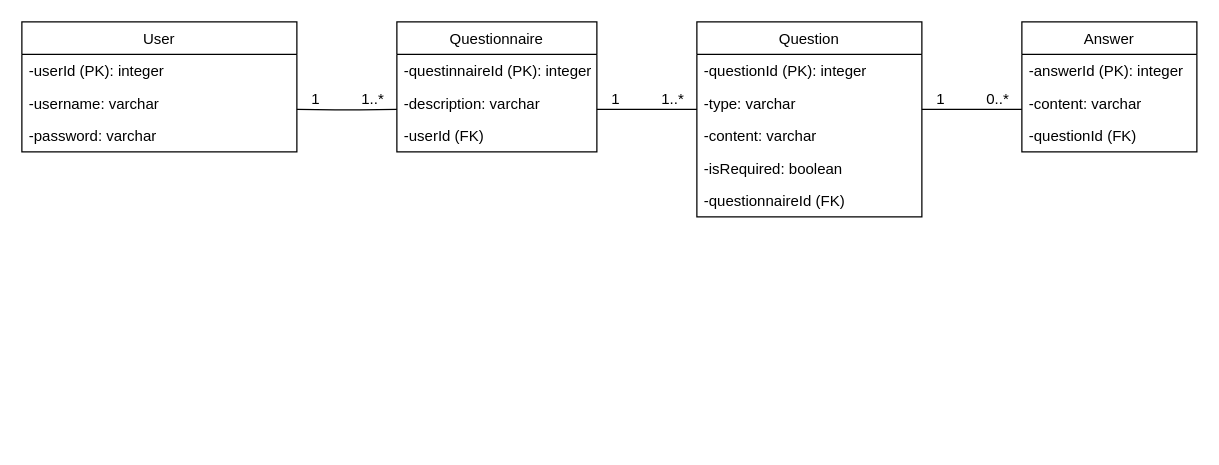
This is Kaaviot/Sprint1_tietokantakaavio.drawio from Team-Tiikeri/kysely-backend, a draw.io file, before an edit. Source tidied: cells renumbered, new cells numbered last; positions are measured from the earlier drawing's top-left corner, leaving out a move shared by most shapes. Both pictures are drawn from the tidied source at 125%, with x=0, y=0 at pixel (21, 21).
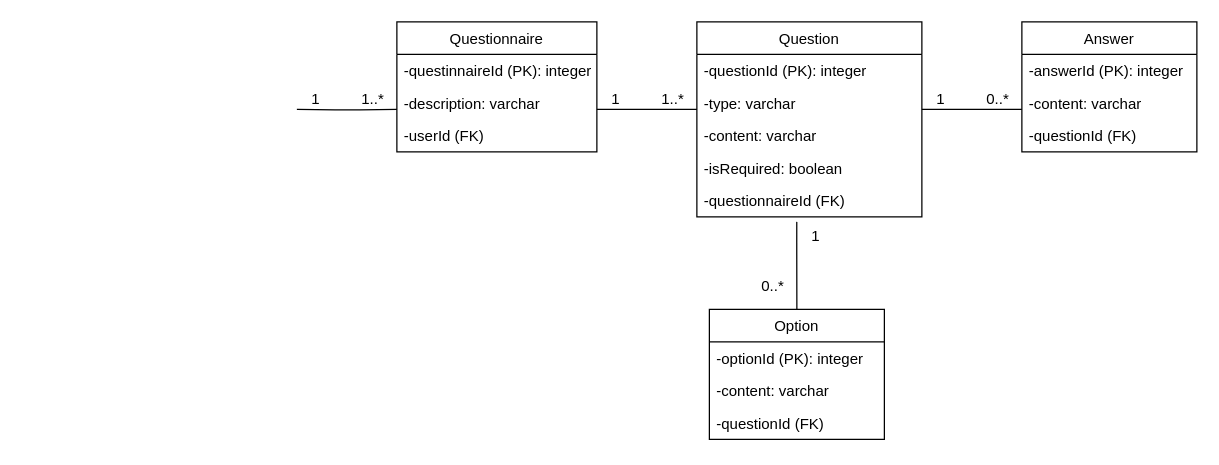
The same page after the edit.

The change refers to these unchanged cells:
```xml
<mxCell id="15" value="-questionnaireId (FK)" style="text;strokeColor=none;fillColor=none;align=left;verticalAlign=top;spacingLeft=4;spacingRight=4;overflow=hidden;points=[[0,0.5],[1,0.5]];portConstraint=eastwest;" parent="10" vertex="1">
  <mxGeometry y="130" width="180" height="26" as="geometry" />
</mxCell>
```

Diff of the diagram source:
```diff
@@
-    <mxCell id="6" value="User" style="swimlane;fontStyle=0;horizontal=1;startSize=26;fillColor=none;" parent="1" vertex="1">
-      <mxGeometry width="220" height="104" as="geometry" />
-    </mxCell>
-    <mxCell id="7" value="-userId (PK): integer" style="text;strokeColor=none;fillColor=none;align=left;verticalAlign=top;spacingLeft=4;spacingRight=4;overflow=hidden;" parent="6" vertex="1">
-      <mxGeometry y="26" width="220" height="26" as="geometry" />
-    </mxCell>
-    <mxCell id="8" value="-username: varchar" style="text;strokeColor=none;fillColor=none;align=left;verticalAlign=top;spacingLeft=4;spacingRight=4;overflow=hidden;" parent="6" vertex="1">
-      <mxGeometry y="52" width="220" height="26" as="geometry" />
-    </mxCell>
-    <mxCell id="9" value="-password: varchar" style="text;strokeColor=none;fillColor=none;align=left;verticalAlign=top;spacingLeft=4;spacingRight=4;overflow=hidden;" parent="6" vertex="1">
-      <mxGeometry y="78" width="220" height="26" as="geometry" />
-    </mxCell>
@@
+    <mxCell id="29" value="Option" style="swimlane;fontStyle=0;horizontal=1;startSize=26;fillColor=none;" parent="1" vertex="1">
+      <mxGeometry x="550" y="230" width="140" height="104" as="geometry" />
+    </mxCell>
+    <mxCell id="30" value="-optionId (PK): integer" style="text;strokeColor=none;fillColor=none;align=left;verticalAlign=top;spacingLeft=4;spacingRight=4;overflow=hidden;" parent="29" vertex="1">
+      <mxGeometry y="26" width="140" height="26" as="geometry" />
+    </mxCell>
+    <mxCell id="31" value="-content: varchar" style="text;strokeColor=none;fillColor=none;align=left;verticalAlign=top;spacingLeft=4;spacingRight=4;overflow=hidden;" parent="29" vertex="1">
+      <mxGeometry y="52" width="140" height="26" as="geometry" />
+    </mxCell>
+    <mxCell id="32" value="-questionId (FK)" style="text;strokeColor=none;fillColor=none;align=left;verticalAlign=top;spacingLeft=4;spacingRight=4;overflow=hidden;" parent="29" vertex="1">
+      <mxGeometry y="78" width="140" height="26" as="geometry" />
+    </mxCell>
+    <mxCell id="33" style="endArrow=none;html=1;edgeStyle=orthogonalEdgeStyle;entryX=0.5;entryY=0;entryDx=0;entryDy=0;exitX=0.444;exitY=1.154;exitDx=0;exitDy=0;exitPerimeter=0;" parent="1" edge="1" source="15" target="29">
+      <mxGeometry relative="1" as="geometry">
+        <Array as="points">
+          <mxPoint x="620" y="180" />
+          <mxPoint x="620" y="180" />
+        </Array>
+      </mxGeometry>
+    </mxCell>
+    <mxCell id="34" value="&lt;font style=&quot;font-size: 12px&quot;&gt;1&lt;/font&gt;" style="html=1;align=left;verticalAlign=bottom;labelBackgroundColor=#ffffff;fontSize=10;" parent="33" vertex="1">
+      <mxGeometry x="-1" relative="1" as="geometry">
+        <mxPoint x="10" y="20" as="offset" />
+      </mxGeometry>
+    </mxCell>
+    <mxCell id="35" value="&lt;font style=&quot;font-size: 12px&quot;&gt;0..*&lt;/font&gt;" style="html=1;align=right;verticalAlign=bottom;labelBackgroundColor=#ffffff;fontSize=10;" parent="33" vertex="1">
+      <mxGeometry x="1" relative="1" as="geometry">
+        <mxPoint x="-10" y="-10" as="offset" />
+      </mxGeometry>
+    </mxCell>
```
